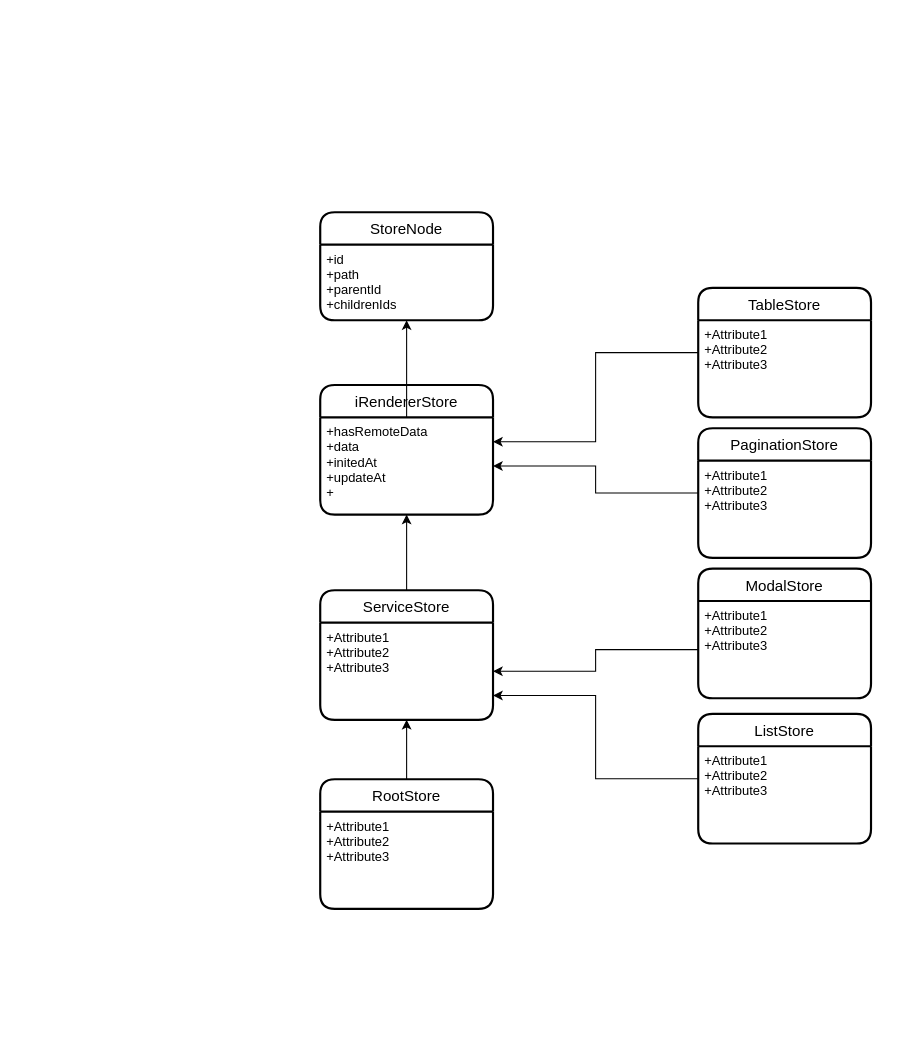
Earlier version of the draw.io diagram Untitled Diagram.drawio (webboyvc/draw). Source tidied: cells renumbered, new cells numbered last; positions are measured from the earlier drawing's top-left corner, leaving out a move shared by most shapes. Both pictures are drawn from the tidied source at 108%, with x=0, y=0 at pixel (320, 212).
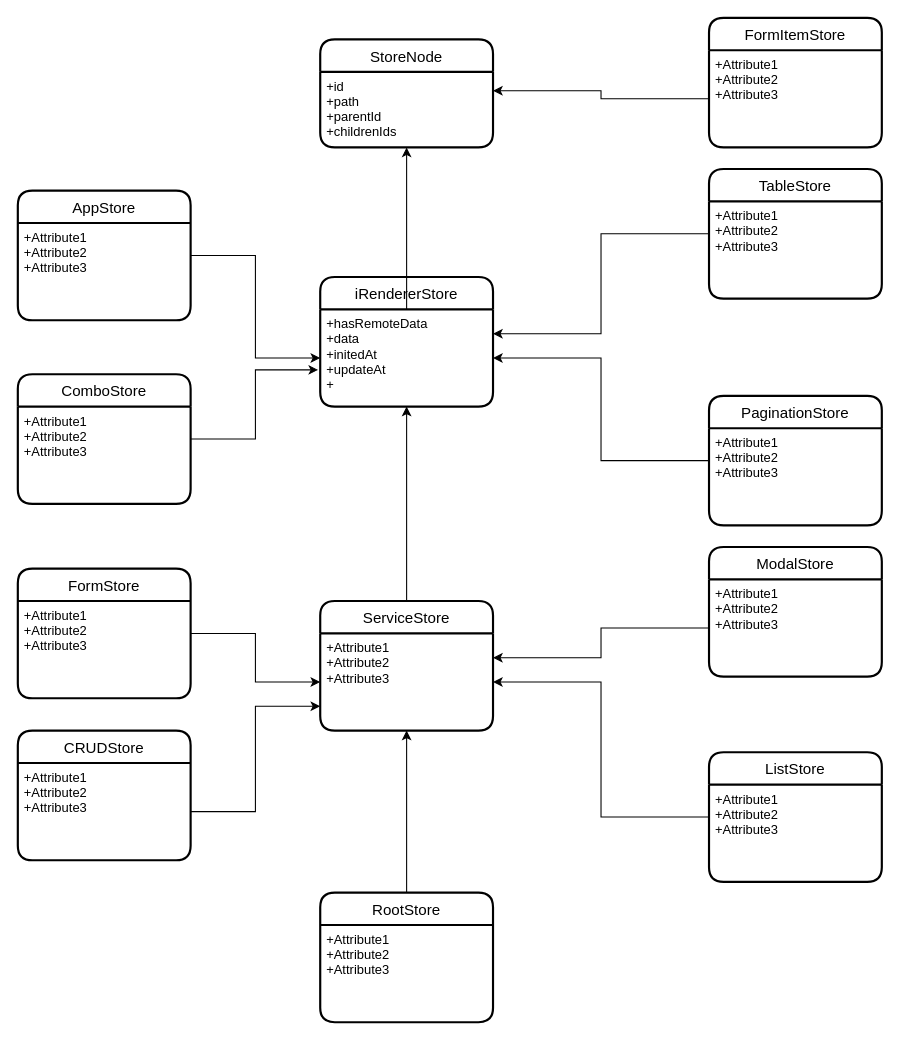
The same page after the edit.

Unchanged cells that the change refers to:
```xml
<mxCell id="3" value="+id&#10;+path&#10;+parentId&#10;+childrenIds" style="align=left;strokeColor=none;fillColor=none;spacingLeft=4;fontSize=12;verticalAlign=top;" parent="2" vertex="1">
  <mxGeometry y="30" width="160" height="70" as="geometry" />
</mxCell>
<mxCell id="5" value="+hasRemoteData&#10;+data&#10;+initedAt&#10;+updateAt&#10;+" style="align=left;strokeColor=none;fillColor=none;spacingLeft=4;fontSize=12;verticalAlign=top;" parent="4" vertex="1">
  <mxGeometry y="30" width="160" height="90" as="geometry" />
</mxCell>
<mxCell id="9" value="+Attribute1&#10;+Attribute2&#10;+Attribute3" style="align=left;strokeColor=none;fillColor=none;spacingLeft=4;fontSize=12;verticalAlign=top;" parent="8" vertex="1">
  <mxGeometry y="30" width="160" height="90" as="geometry" />
</mxCell>
<mxCell id="20" value="+Attribute1&#10;+Attribute2&#10;+Attribute3" style="align=left;strokeColor=none;fillColor=none;spacingLeft=4;fontSize=12;verticalAlign=top;" parent="19" vertex="1">
  <mxGeometry y="30" width="160" height="90" as="geometry" />
</mxCell>
```

Diff of the diagram source:
```diff
@@
     <mxCell id="2" value="StoreNode" style="swimlane;horizontal=1;startSize=30;rounded=1;fontSize=14;fontStyle=0;strokeWidth=2;shadow=0;dashed=0;align=center;" parent="1" vertex="1">
-      <mxGeometry width="160" height="100" as="geometry" />
+      <mxGeometry y="-160" width="160" height="100" as="geometry" />
     </mxCell>
@@
     <mxCell id="4" value="iRendererStore" style="swimlane;horizontal=1;startSize=30;rounded=1;fontSize=14;fontStyle=0;strokeWidth=2;shadow=0;dashed=0;align=center;" parent="1" vertex="1">
-      <mxGeometry y="160" width="160" height="120" as="geometry" />
+      <mxGeometry y="60" width="160" height="120" as="geometry" />
     </mxCell>
@@
     <mxCell id="8" value="ServiceStore" style="swimlane;horizontal=1;startSize=30;rounded=1;fontSize=14;fontStyle=0;strokeWidth=2;shadow=0;dashed=0;align=center;" parent="1" vertex="1">
-      <mxGeometry y="350" width="160" height="120" as="geometry" />
+      <mxGeometry y="360" width="160" height="120" as="geometry" />
     </mxCell>
@@
     <mxCell id="11" value="RootStore" style="swimlane;horizontal=1;startSize=30;rounded=1;fontSize=14;fontStyle=0;strokeWidth=2;shadow=0;dashed=0;align=center;" parent="1" vertex="1">
-      <mxGeometry y="525" width="160" height="120" as="geometry" />
+      <mxGeometry y="630" width="160" height="120" as="geometry" />
     </mxCell>
@@
     <mxCell id="14" value="PaginationStore" style="swimlane;horizontal=1;startSize=30;rounded=1;fontSize=14;fontStyle=0;strokeWidth=2;shadow=0;dashed=0;align=center;" parent="1" vertex="1">
-      <mxGeometry x="350" y="200" width="160" height="120" as="geometry" />
+      <mxGeometry x="360" y="170" width="160" height="120" as="geometry" />
     </mxCell>
@@
     <mxCell id="17" value="TableStore" style="swimlane;horizontal=1;startSize=30;rounded=1;fontSize=14;fontStyle=0;strokeWidth=2;shadow=0;dashed=0;align=center;" parent="1" vertex="1">
-      <mxGeometry x="350" y="70" width="160" height="120" as="geometry" />
+      <mxGeometry x="360" y="-40" width="160" height="120" as="geometry" />
     </mxCell>
@@
     <mxCell id="19" value="ModalStore" style="swimlane;horizontal=1;startSize=30;rounded=1;fontSize=14;fontStyle=0;strokeWidth=2;shadow=0;dashed=0;align=center;" parent="1" vertex="1">
-      <mxGeometry x="350" y="330" width="160" height="120" as="geometry" />
+      <mxGeometry x="360" y="310" width="160" height="120" as="geometry" />
     </mxCell>
@@
-    <mxCell id="21" style="edgeStyle=orthogonalEdgeStyle;rounded=0;jettySize=auto;html=1;" parent="1" edge="1" source="20" target="9">
+    <mxCell id="21" style="edgeStyle=orthogonalEdgeStyle;rounded=0;jettySize=auto;html=1;entryX=1;entryY=0.25;entryDx=0;entryDy=0;" parent="1" edge="1" source="20" target="9">
       <mxGeometry relative="1" as="geometry" />
     </mxCell>
-    <mxCell id="22" style="edgeStyle=orthogonalEdgeStyle;rounded=0;jettySize=auto;html=1;entryX=1;entryY=0.75;entryDx=0;entryDy=0;" parent="1" edge="1" source="23" target="9">
+    <mxCell id="22" style="edgeStyle=orthogonalEdgeStyle;rounded=0;jettySize=auto;html=1;entryX=1;entryY=0.5;entryDx=0;entryDy=0;" parent="1" edge="1" source="23" target="9">
       <mxGeometry relative="1" as="geometry" />
     </mxCell>
     <mxCell id="23" value="ListStore" style="swimlane;horizontal=1;startSize=30;rounded=1;fontSize=14;fontStyle=0;strokeWidth=2;shadow=0;dashed=0;align=center;" parent="1" vertex="1">
-      <mxGeometry x="350" y="464.5" width="160" height="120" as="geometry" />
+      <mxGeometry x="360" y="500" width="160" height="120" as="geometry" />
     </mxCell>
@@
+    <mxCell id="25" value="FormItemStore" style="swimlane;horizontal=1;startSize=30;rounded=1;fontSize=14;fontStyle=0;strokeWidth=2;shadow=0;dashed=0;align=center;" parent="1" vertex="1">
+      <mxGeometry x="360" y="-180" width="160" height="120" as="geometry" />
+    </mxCell>
+    <mxCell id="26" value="+Attribute1&#10;+Attribute2&#10;+Attribute3" style="align=left;strokeColor=none;fillColor=none;spacingLeft=4;fontSize=12;verticalAlign=top;" parent="25" vertex="1">
+      <mxGeometry y="30" width="160" height="90" as="geometry" />
+    </mxCell>
+    <mxCell id="27" style="edgeStyle=orthogonalEdgeStyle;rounded=0;jettySize=auto;html=1;entryX=1;entryY=0.25;entryDx=0;entryDy=0;" parent="1" edge="1" source="26" target="3">
+      <mxGeometry relative="1" as="geometry" />
+    </mxCell>
+    <mxCell id="28" style="edgeStyle=orthogonalEdgeStyle;rounded=0;jettySize=auto;html=1;entryX=0;entryY=0.5;entryDx=0;entryDy=0;" parent="1" edge="1" source="29" target="9">
+      <mxGeometry relative="1" as="geometry" />
+    </mxCell>
+    <mxCell id="29" value="FormStore" style="swimlane;horizontal=1;startSize=30;rounded=1;fontSize=14;fontStyle=0;strokeWidth=2;shadow=0;dashed=0;align=center;" parent="1" vertex="1">
+      <mxGeometry x="-280" y="330" width="160" height="120" as="geometry" />
+    </mxCell>
+    <mxCell id="30" value="+Attribute1&#10;+Attribute2&#10;+Attribute3" style="align=left;strokeColor=none;fillColor=none;spacingLeft=4;fontSize=12;verticalAlign=top;" parent="29" vertex="1">
+      <mxGeometry y="30" width="160" height="90" as="geometry" />
+    </mxCell>
+    <mxCell id="31" value="CRUDStore" style="swimlane;horizontal=1;startSize=30;rounded=1;fontSize=14;fontStyle=0;strokeWidth=2;shadow=0;dashed=0;align=center;" parent="1" vertex="1">
+      <mxGeometry x="-280" y="480" width="160" height="120" as="geometry" />
+    </mxCell>
+    <mxCell id="32" value="+Attribute1&#10;+Attribute2&#10;+Attribute3" style="align=left;strokeColor=none;fillColor=none;spacingLeft=4;fontSize=12;verticalAlign=top;" parent="31" vertex="1">
+      <mxGeometry y="30" width="160" height="90" as="geometry" />
+    </mxCell>
+    <mxCell id="33" style="edgeStyle=orthogonalEdgeStyle;rounded=0;jettySize=auto;html=1;entryX=0;entryY=0.75;entryDx=0;entryDy=0;" parent="1" edge="1" source="32" target="9">
+      <mxGeometry relative="1" as="geometry" />
+    </mxCell>
+    <mxCell id="34" style="edgeStyle=orthogonalEdgeStyle;rounded=0;jettySize=auto;html=1;entryX=-0.012;entryY=0.622;entryDx=0;entryDy=0;entryPerimeter=0;" parent="1" edge="1" source="35" target="5">
+      <mxGeometry relative="1" as="geometry" />
+    </mxCell>
+    <mxCell id="35" value="ComboStore" style="swimlane;horizontal=1;startSize=30;rounded=1;fontSize=14;fontStyle=0;strokeWidth=2;shadow=0;dashed=0;align=center;" parent="1" vertex="1">
+      <mxGeometry x="-280" y="150" width="160" height="120" as="geometry" />
+    </mxCell>
+    <mxCell id="36" value="+Attribute1&#10;+Attribute2&#10;+Attribute3" style="align=left;strokeColor=none;fillColor=none;spacingLeft=4;fontSize=12;verticalAlign=top;" parent="35" vertex="1">
+      <mxGeometry y="30" width="160" height="90" as="geometry" />
+    </mxCell>
+    <mxCell id="37" style="edgeStyle=orthogonalEdgeStyle;rounded=0;jettySize=auto;html=1;entryX=0;entryY=0.5;entryDx=0;entryDy=0;" parent="1" edge="1" source="38" target="5">
+      <mxGeometry relative="1" as="geometry" />
+    </mxCell>
+    <mxCell id="38" value="AppStore" style="swimlane;horizontal=1;startSize=30;rounded=1;fontSize=14;fontStyle=0;strokeWidth=2;shadow=0;dashed=0;align=center;" parent="1" vertex="1">
+      <mxGeometry x="-280" y="-20" width="160" height="120" as="geometry" />
+    </mxCell>
+    <mxCell id="39" value="+Attribute1&#10;+Attribute2&#10;+Attribute3" style="align=left;strokeColor=none;fillColor=none;spacingLeft=4;fontSize=12;verticalAlign=top;" parent="38" vertex="1">
+      <mxGeometry y="30" width="160" height="90" as="geometry" />
+    </mxCell>
```
